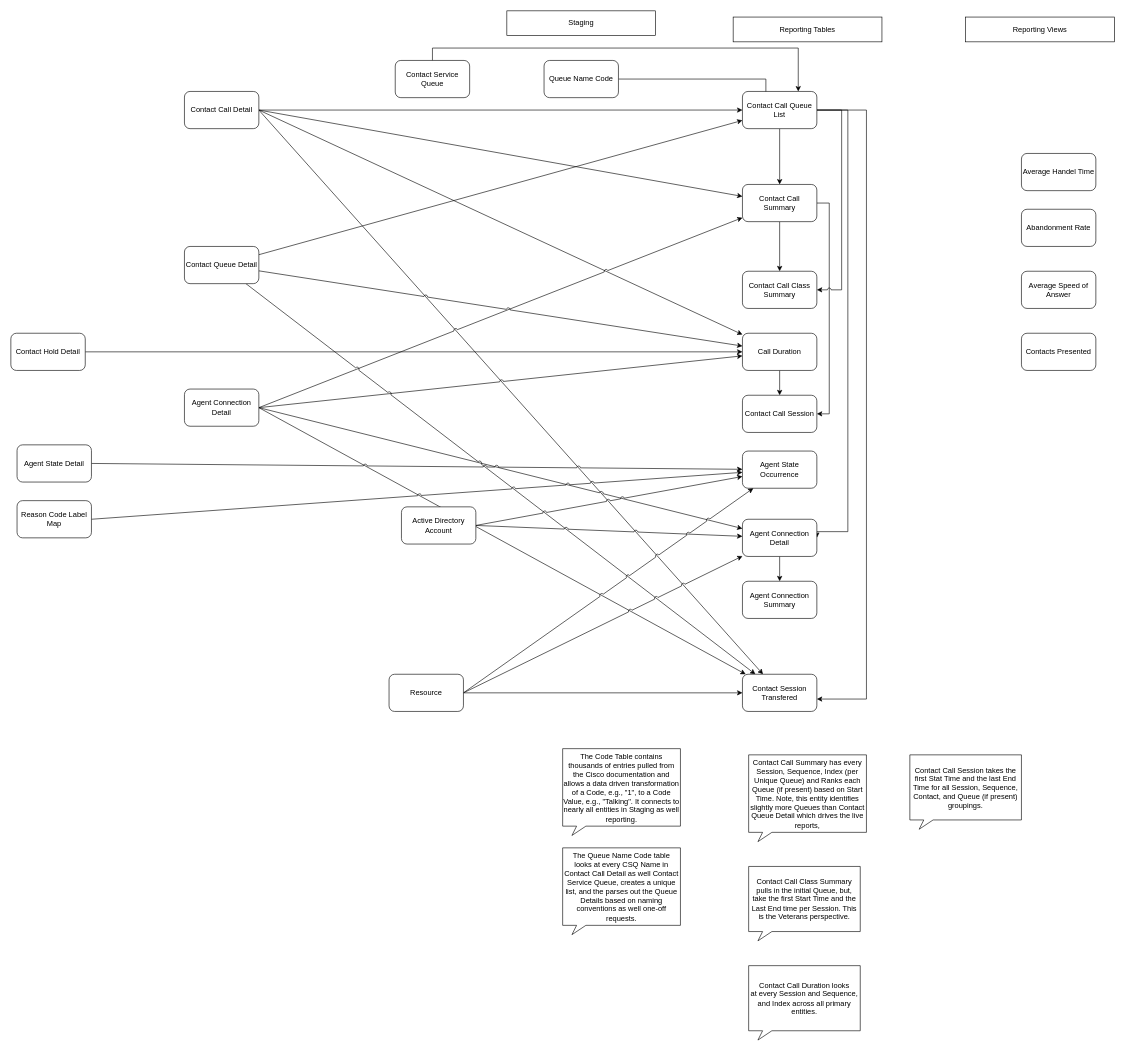
This is Department of Veteran Affairs/Data Lineage.drawio from dataacumen/da-architectural-diagrams, a draw.io file, before an edit. Source tidied: cells renumbered, new cells numbered last; positions are measured from the earlier drawing's top-left corner, leaving out a move shared by most shapes. Both pictures are drawn from the tidied source at 62%, with x=0, y=0 at pixel (11, 11).
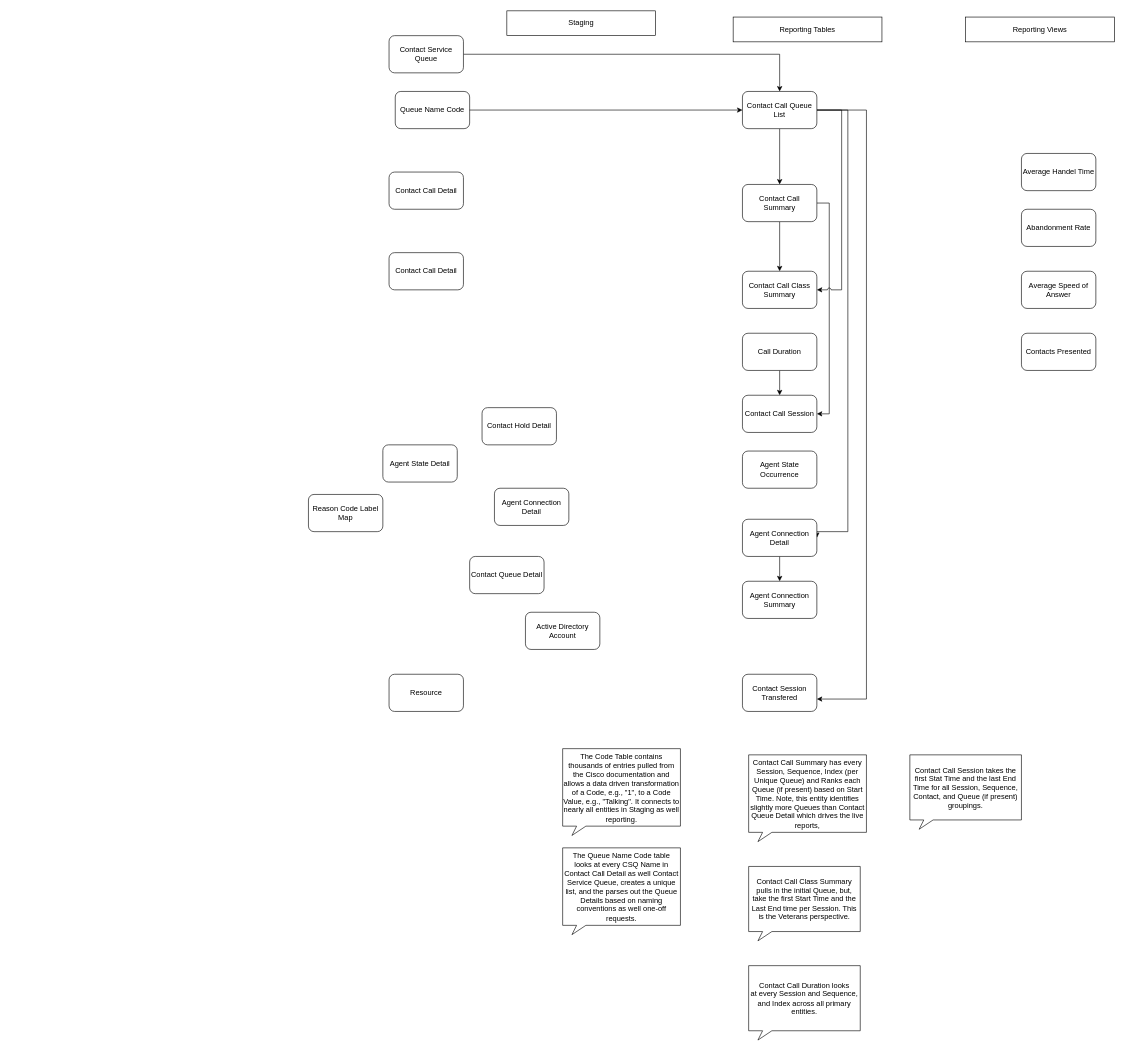
The same page after the edit.

The change refers to these unchanged cells:
```xml
<mxCell id="4" value="Contact Call Summary" style="rounded=1;whiteSpace=wrap;html=1;" parent="1" vertex="1">
  <mxGeometry x="1180" y="280" width="120" height="60" as="geometry" />
</mxCell>
<mxCell id="7" value="Call Duration" style="rounded=1;whiteSpace=wrap;html=1;" parent="1" vertex="1">
  <mxGeometry x="1180" y="520" width="120" height="60" as="geometry" />
</mxCell>
<mxCell id="28" value="Contact Call Queue List" style="rounded=1;whiteSpace=wrap;html=1;" parent="1" vertex="1">
  <mxGeometry x="1180" y="130" width="120" height="60" as="geometry" />
</mxCell>
<mxCell id="47" value="Agent State Occurrence" style="rounded=1;whiteSpace=wrap;html=1;" parent="1" vertex="1">
  <mxGeometry x="1180" y="710" width="120" height="60" as="geometry" />
</mxCell>
<mxCell id="50" value="Agent Connection Detail" style="rounded=1;whiteSpace=wrap;html=1;" parent="1" vertex="1">
  <mxGeometry x="1180" y="820" width="120" height="60" as="geometry" />
</mxCell>
<mxCell id="51" value="Contact Session Transfered" style="rounded=1;whiteSpace=wrap;html=1;" parent="1" vertex="1">
  <mxGeometry x="1180" y="1070" width="120" height="60" as="geometry" />
</mxCell>
<mxCell id="60" value="Resource" style="rounded=1;whiteSpace=wrap;html=1;" parent="1" vertex="1">
  <mxGeometry x="610" y="1070" width="120" height="60" as="geometry" />
</mxCell>
```

What changed in the source:
```diff
@@
-    <mxCell id="8" style="edgeStyle=none;rounded=0;jettySize=auto;html=1;exitX=1;exitY=0.5;exitDx=0;exitDy=0;jumpStyle=arc;" parent="1" edge="1" source="12">
-      <mxGeometry relative="1" as="geometry">
-        <mxPoint x="1180" y="160" as="targetPoint" />
-      </mxGeometry>
-    </mxCell>
-    <mxCell id="9" style="edgeStyle=none;rounded=0;jettySize=auto;html=1;exitX=1;exitY=0.5;exitDx=0;exitDy=0;jumpStyle=arc;" parent="1" edge="1" source="12" target="4">
-      <mxGeometry relative="1" as="geometry" />
-    </mxCell>
-    <mxCell id="10" style="rounded=0;jettySize=auto;html=1;exitX=1;exitY=0.5;exitDx=0;exitDy=0;jumpStyle=arc;" parent="1" edge="1" source="12" target="7">
-      <mxGeometry relative="1" as="geometry" />
-    </mxCell>
-    <mxCell id="11" style="rounded=0;jumpStyle=arc;jettySize=auto;html=1;exitX=1;exitY=0.5;exitDx=0;exitDy=0;" parent="1" edge="1" source="12" target="51">
-      <mxGeometry relative="1" as="geometry" />
-    </mxCell>
     <mxCell id="12" value="Contact Call Detail" style="rounded=1;whiteSpace=wrap;html=1;" parent="1" vertex="1">
-      <mxGeometry x="280" y="130" width="120" height="60" as="geometry" />
+      <mxGeometry x="610" y="390" width="120" height="60" as="geometry" />
     </mxCell>
@@
-    <mxCell id="29" style="edgeStyle=none;rounded=0;jettySize=auto;html=1;exitX=1;exitY=0.5;exitDx=0;exitDy=0;jumpStyle=arc;" parent="1" edge="1" source="33" target="4">
-      <mxGeometry relative="1" as="geometry" />
-    </mxCell>
-    <mxCell id="30" style="edgeStyle=none;rounded=0;jettySize=auto;html=1;exitX=1;exitY=0.5;exitDx=0;exitDy=0;jumpStyle=arc;" parent="1" edge="1" source="33" target="7">
-      <mxGeometry relative="1" as="geometry" />
-    </mxCell>
-    <mxCell id="31" style="rounded=0;jumpStyle=arc;jettySize=auto;html=1;exitX=1;exitY=0.5;exitDx=0;exitDy=0;" parent="1" edge="1" source="33" target="50">
-      <mxGeometry relative="1" as="geometry" />
-    </mxCell>
-    <mxCell id="32" style="edgeStyle=none;rounded=0;jumpStyle=arc;jettySize=auto;html=1;exitX=1;exitY=0.5;exitDx=0;exitDy=0;" parent="1" edge="1" source="33" target="51">
-      <mxGeometry relative="1" as="geometry" />
-    </mxCell>
     <mxCell id="33" value="Agent Connection Detail" style="rounded=1;whiteSpace=wrap;html=1;" parent="1" vertex="1">
-      <mxGeometry x="280" y="610" width="120" height="60" as="geometry" />
+      <mxGeometry x="780" y="770" width="120" height="60" as="geometry" />
     </mxCell>
-    <mxCell id="34" style="rounded=0;jettySize=auto;html=1;entryX=0.315;entryY=0.001;entryDx=0;entryDy=0;edgeStyle=orthogonalEdgeStyle;endArrow=none;endFill=0;entryPerimeter=0;" parent="1" edge="1" source="35" target="28">
-      <mxGeometry relative="1" as="geometry" />
-    </mxCell>
     <mxCell id="35" value="Queue Name Code" style="rounded=1;whiteSpace=wrap;html=1;" parent="1" vertex="1">
-      <mxGeometry x="860" y="80" width="120" height="60" as="geometry" />
+      <mxGeometry x="620" y="130" width="120" height="60" as="geometry" />
     </mxCell>
@@
-    <mxCell id="37" style="edgeStyle=orthogonalEdgeStyle;rounded=0;jettySize=auto;html=1;exitX=0.5;exitY=0;exitDx=0;exitDy=0;entryX=0.75;entryY=0;entryDx=0;entryDy=0;" parent="1" edge="1" source="38" target="28">
+    <mxCell id="37" style="edgeStyle=orthogonalEdgeStyle;rounded=0;jettySize=auto;html=1;exitX=1;exitY=0.5;exitDx=0;exitDy=0;entryX=0.5;entryY=0;entryDx=0;entryDy=0;" parent="1" edge="1" source="38" target="28">
       <mxGeometry relative="1" as="geometry" />
     </mxCell>
     <mxCell id="38" value="Contact Service Queue" style="rounded=1;whiteSpace=wrap;html=1;" parent="1" vertex="1">
-      <mxGeometry x="620" y="80" width="120" height="60" as="geometry" />
+      <mxGeometry x="610" y="40" width="120" height="60" as="geometry" />
     </mxCell>
-    <mxCell id="39" style="edgeStyle=none;rounded=0;jettySize=auto;html=1;" parent="1" edge="1" source="42" target="28">
-      <mxGeometry relative="1" as="geometry" />
-    </mxCell>
-    <mxCell id="40" style="edgeStyle=none;rounded=0;jettySize=auto;html=1;jumpStyle=arc;" parent="1" edge="1" source="42" target="7">
-      <mxGeometry relative="1" as="geometry" />
-    </mxCell>
-    <mxCell id="41" style="edgeStyle=none;rounded=0;jumpStyle=arc;jettySize=auto;html=1;" parent="1" edge="1" source="42" target="51">
-      <mxGeometry relative="1" as="geometry" />
-    </mxCell>
     <mxCell id="42" value="Contact Queue Detail" style="rounded=1;whiteSpace=wrap;html=1;" parent="1" vertex="1">
-      <mxGeometry x="280" y="380" width="120" height="60" as="geometry" />
+      <mxGeometry x="740" y="880" width="120" height="60" as="geometry" />
     </mxCell>
-    <mxCell id="43" style="edgeStyle=none;rounded=0;jettySize=auto;html=1;exitX=1;exitY=0.5;exitDx=0;exitDy=0;" parent="1" edge="1" source="44" target="7">
-      <mxGeometry relative="1" as="geometry" />
-    </mxCell>
     <mxCell id="44" value="Contact Hold Detail" style="rounded=1;whiteSpace=wrap;html=1;" parent="1" vertex="1">
-      <mxGeometry y="520" width="120" height="60" as="geometry" />
+      <mxGeometry x="760" y="640" width="120" height="60" as="geometry" />
     </mxCell>
@@
-    <mxCell id="52" style="rounded=0;jumpStyle=arc;jettySize=auto;html=1;exitX=1;exitY=0.5;exitDx=0;exitDy=0;" parent="1" edge="1" source="53" target="47">
-      <mxGeometry relative="1" as="geometry" />
-    </mxCell>
     <mxCell id="53" value="Agent State Detail" style="rounded=1;whiteSpace=wrap;html=1;" parent="1" vertex="1">
-      <mxGeometry x="10" y="700" width="120" height="60" as="geometry" />
+      <mxGeometry x="600" y="700" width="120" height="60" as="geometry" />
     </mxCell>
-    <mxCell id="54" style="rounded=0;jumpStyle=arc;jettySize=auto;html=1;exitX=1;exitY=0.5;exitDx=0;exitDy=0;" parent="1" edge="1" source="56" target="47">
-      <mxGeometry relative="1" as="geometry" />
-    </mxCell>
-    <mxCell id="55" style="edgeStyle=none;rounded=0;jumpStyle=arc;jettySize=auto;html=1;exitX=1;exitY=0.5;exitDx=0;exitDy=0;" parent="1" edge="1" source="56" target="50">
-      <mxGeometry relative="1" as="geometry" />
-    </mxCell>
     <mxCell id="56" value="Active Directory Account" style="rounded=1;whiteSpace=wrap;html=1;" parent="1" vertex="1">
-      <mxGeometry x="630" y="800" width="120" height="60" as="geometry" />
+      <mxGeometry x="830" y="970" width="120" height="60" as="geometry" />
     </mxCell>
-    <mxCell id="57" style="rounded=0;jumpStyle=arc;jettySize=auto;html=1;exitX=1;exitY=0.5;exitDx=0;exitDy=0;" parent="1" edge="1" source="60" target="47">
-      <mxGeometry relative="1" as="geometry" />
-    </mxCell>
-    <mxCell id="58" style="edgeStyle=none;rounded=0;jumpStyle=arc;jettySize=auto;html=1;exitX=1;exitY=0.5;exitDx=0;exitDy=0;" parent="1" edge="1" source="60" target="50">
-      <mxGeometry relative="1" as="geometry" />
-    </mxCell>
-    <mxCell id="59" style="rounded=0;jumpStyle=arc;jettySize=auto;html=1;exitX=1;exitY=0.5;exitDx=0;exitDy=0;" parent="1" edge="1" source="60" target="51">
-      <mxGeometry relative="1" as="geometry" />
-    </mxCell>
@@
-    <mxCell id="61" style="rounded=0;jumpStyle=arc;jettySize=auto;html=1;exitX=1;exitY=0.5;exitDx=0;exitDy=0;" parent="1" edge="1" source="62" target="47">
-      <mxGeometry relative="1" as="geometry" />
-    </mxCell>
     <mxCell id="62" value="Reason Code Label Map" style="rounded=1;whiteSpace=wrap;html=1;" parent="1" vertex="1">
-      <mxGeometry x="10" y="790" width="120" height="60" as="geometry" />
+      <mxGeometry x="480" y="780" width="120" height="60" as="geometry" />
     </mxCell>
+    <mxCell id="63" value="Contact Call Detail" style="rounded=1;whiteSpace=wrap;html=1;" parent="1" vertex="1">
+      <mxGeometry x="610" y="260" width="120" height="60" as="geometry" />
+    </mxCell>
+    <mxCell id="34" style="edgeStyle=orthogonalEdgeStyle;rounded=0;jettySize=auto;html=1;exitX=1;exitY=0.5;exitDx=0;exitDy=0;entryX=0;entryY=0.5;entryDx=0;entryDy=0;" parent="1" edge="1" source="35" target="28">
+      <mxGeometry relative="1" as="geometry" />
+    </mxCell>
```
